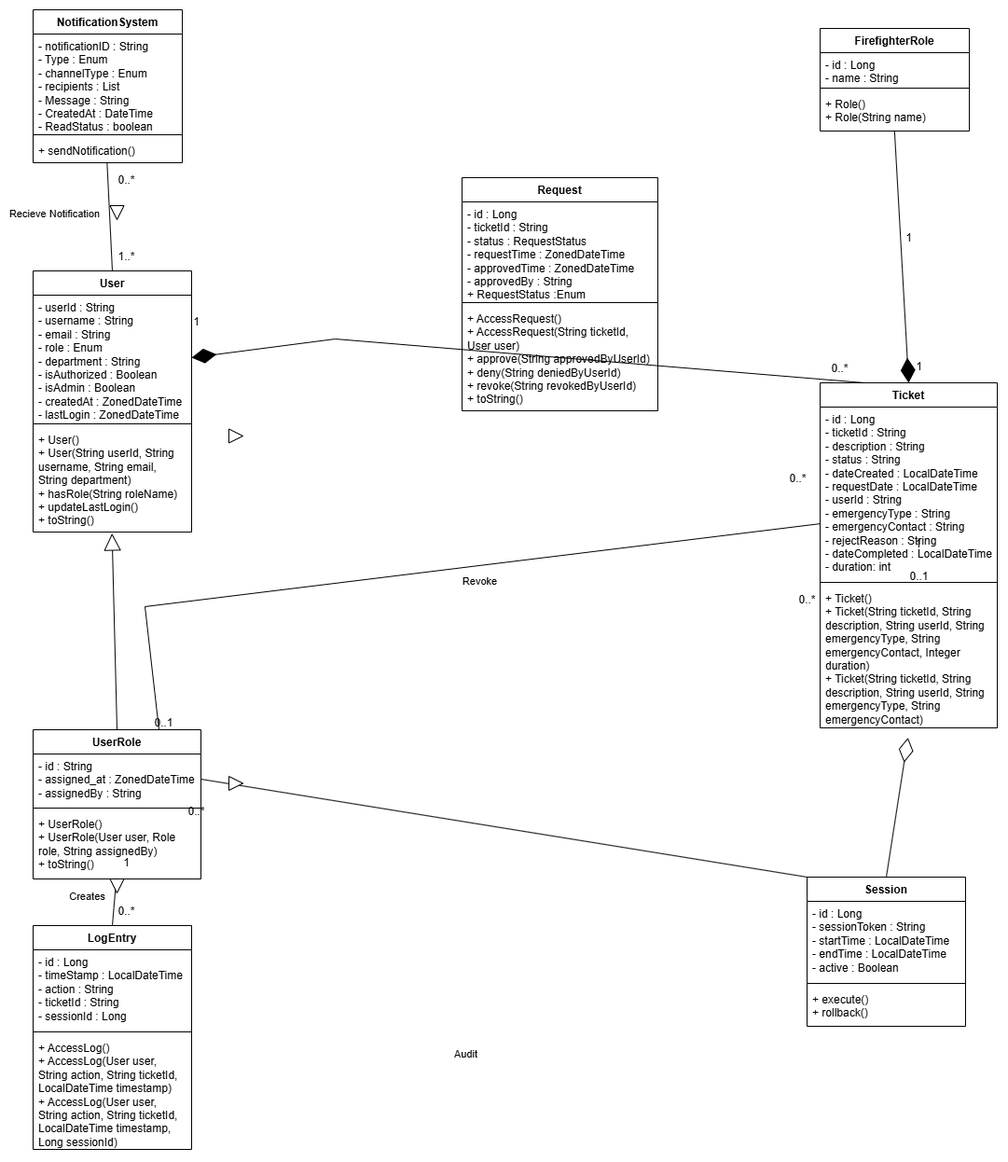
Earlier version of the draw.io export Documentation/Domain Model.png (COS301-SE-2025/Fire-Fighter). Source tidied: cells renumbered, new cells last; positions are measured from the earlier drawing's top-left corner, leaving out a move shared by most shapes.
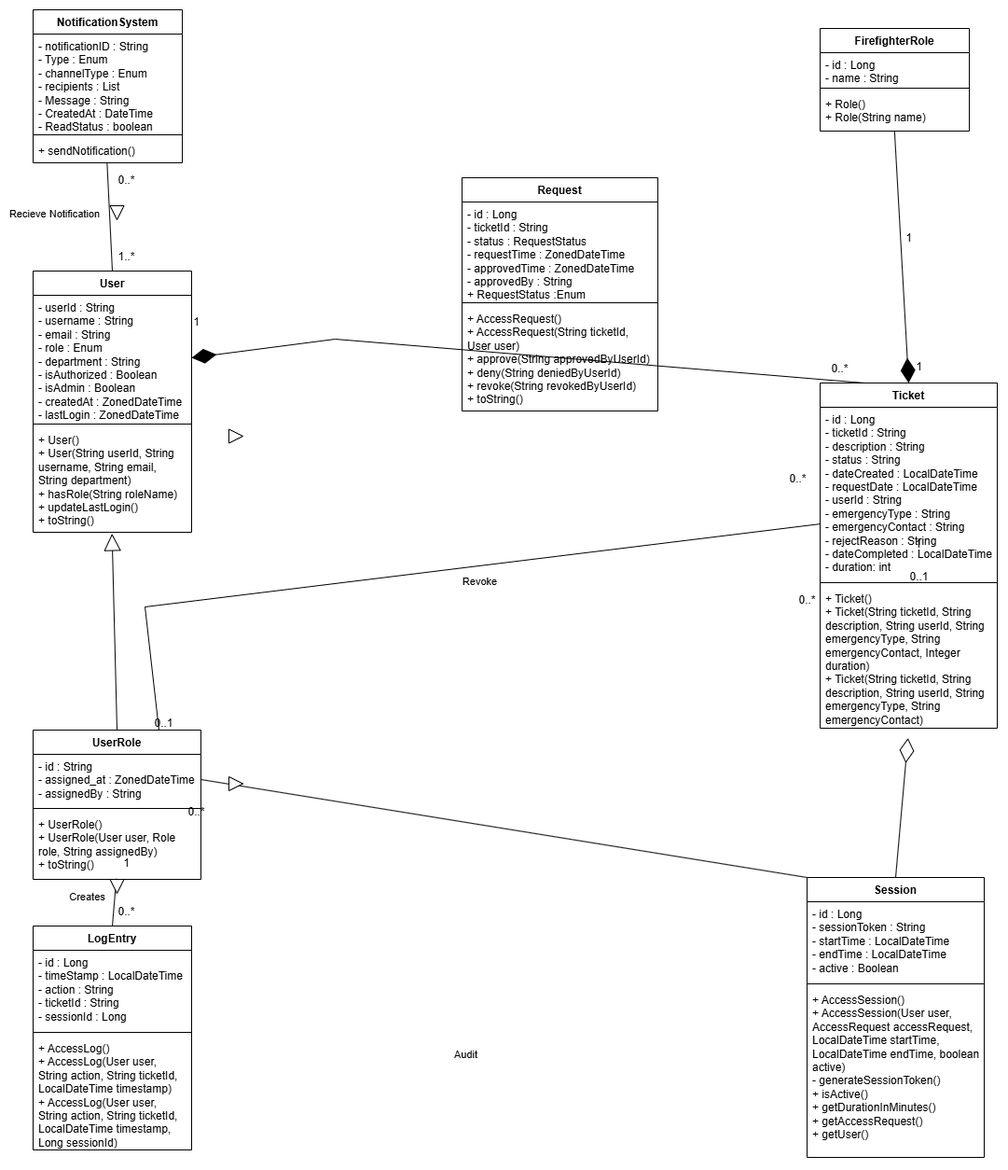
Above is the later version.

Commit message:
Added Session functions

The edit, as a diff of the source:
```diff
@@ -39,16 +39,16 @@
       <mxGeometry y="218" width="190" height="152" as="geometry" />
     </mxCell>
     <mxCell id="14" value="Session" style="swimlane;fontStyle=1;align=center;verticalAlign=top;horizontal=1;startSize=26;whiteSpace=wrap;html=1;" parent="1" vertex="1">
-      <mxGeometry x="830" y="930" width="170" height="160" as="geometry" />
+      <mxGeometry x="830" y="930" width="190" height="300" as="geometry" />
     </mxCell>
     <mxCell id="15" value="- id : Long&lt;div&gt;- sessionToken : String&lt;/div&gt;&lt;div&gt;- startTime : LocalDateTime&amp;nbsp;&lt;/div&gt;&lt;div&gt;- endTime : LocalDateTime&amp;nbsp;&lt;/div&gt;&lt;div&gt;- active : Boolean&lt;/div&gt;" style="text;strokeColor=none;fillColor=none;align=left;verticalAlign=top;spacingLeft=4;spacingRight=4;overflow=hidden;whiteSpace=wrap;html=1;" parent="14" vertex="1">
-      <mxGeometry y="26" width="170" height="84" as="geometry" />
+      <mxGeometry y="26" width="190" height="84" as="geometry" />
     </mxCell>
     <mxCell id="16" style="line;strokeWidth=1;fillColor=none;align=left;verticalAlign=middle;spacingTop=-1;spacingLeft=3;spacingRight=3;labelPosition=right;strokeColor=inherit;" parent="14" vertex="1">
-      <mxGeometry y="110" width="170" height="8" as="geometry" />
+      <mxGeometry y="110" width="190" height="8" as="geometry" />
     </mxCell>
-    <mxCell id="17" value="+ execute()&lt;div&gt;+ rollback()&lt;/div&gt;" style="text;strokeColor=none;fillColor=none;align=left;verticalAlign=top;spacingLeft=4;spacingRight=4;overflow=hidden;whiteSpace=wrap;html=1;" parent="14" vertex="1">
-      <mxGeometry y="118" width="170" height="42" as="geometry" />
+    <mxCell id="17" value="+ AccessSession()&lt;div&gt;+ AccessSession(User user, AccessRequest accessRequest, LocalDateTime startTime, LocalDateTime endTime, boolean active)&lt;/div&gt;&lt;div&gt;-&amp;nbsp;generateSessionToken()&lt;/div&gt;&lt;div&gt;+&amp;nbsp;isActive()&lt;/div&gt;&lt;div&gt;+&amp;nbsp;getDurationInMinutes()&lt;/div&gt;&lt;div&gt;+&amp;nbsp;getAccessRequest()&lt;/div&gt;&lt;div&gt;+&amp;nbsp;getUser()&lt;/div&gt;" style="text;strokeColor=none;fillColor=none;align=left;verticalAlign=top;spacingLeft=4;spacingRight=4;overflow=hidden;whiteSpace=wrap;html=1;" parent="14" vertex="1">
+      <mxGeometry y="118" width="190" height="182" as="geometry" />
     </mxCell>
     <mxCell id="18" value="UserRole" style="swimlane;fontStyle=1;align=center;verticalAlign=top;horizontal=1;startSize=26;whiteSpace=wrap;html=1;" parent="1" vertex="1">
       <mxGeometry y="772" width="180" height="160" as="geometry" />
```
